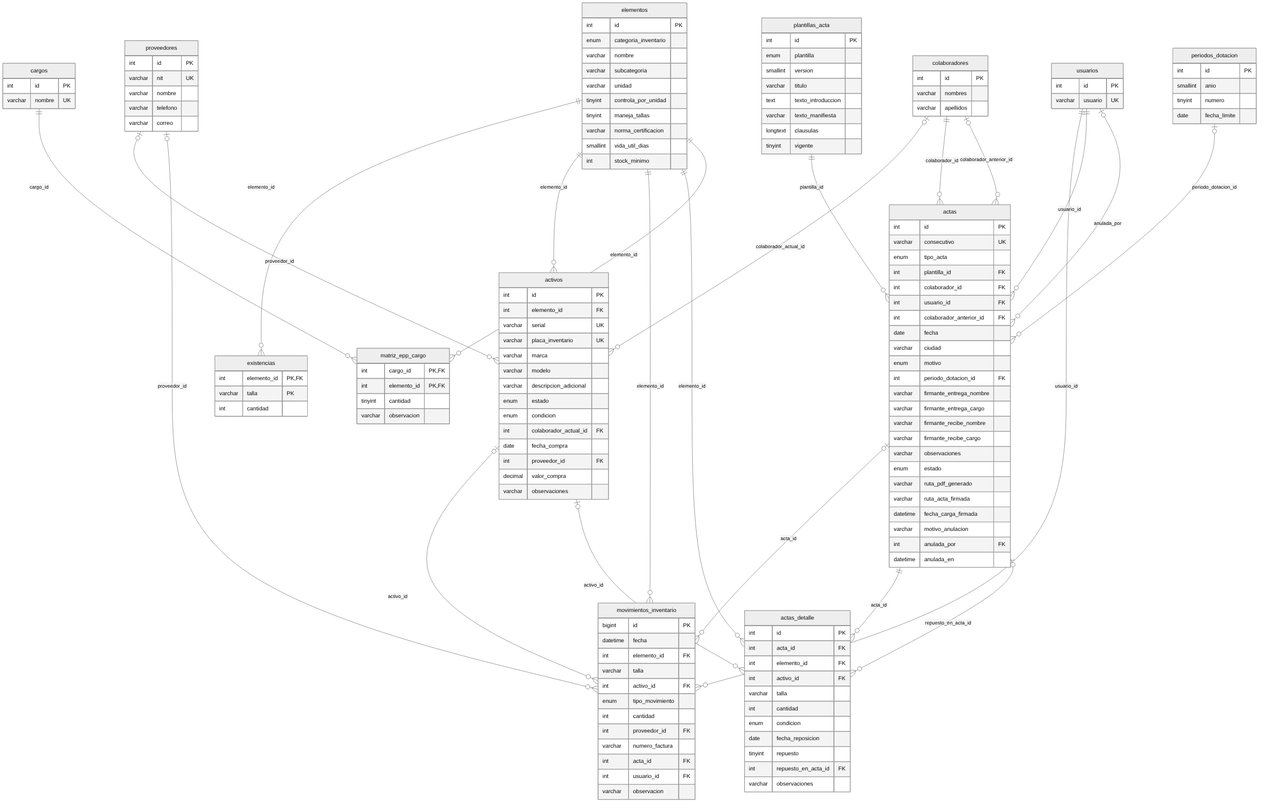
This is docs/diagramas/er_2_inventario_actas.png from angiedramirez15-gif/Sgth, a Mermaid export, as it was before one commit. Its source is kept beside it as docs/diagramas/er_2_inventario_actas.mmd. Its diagram source:
```mermaid
erDiagram
  elementos {
    int id PK
    enum categoria_inventario
    varchar nombre
    varchar subcategoria
    varchar unidad
    tinyint controla_por_unidad
    tinyint maneja_tallas
    varchar norma_certificacion
    smallint vida_util_dias
    int stock_minimo
  }
  existencias {
    int elemento_id PK,FK
    varchar talla PK
    int cantidad
  }
  activos {
    int id PK
    int elemento_id FK
    varchar serial UK
    varchar placa_inventario UK
    varchar marca
    varchar modelo
    varchar descripcion_adicional
    enum estado
    enum condicion
    int colaborador_actual_id FK
    date fecha_compra
    int proveedor_id FK
    decimal valor_compra
    varchar observaciones
  }
  proveedores {
    int id PK
    varchar nit UK
    varchar nombre
    varchar telefono
    varchar correo
  }
  movimientos_inventario {
    bigint id PK
    datetime fecha
    int elemento_id FK
    varchar talla
    int activo_id FK
    enum tipo_movimiento
    int cantidad
    int proveedor_id FK
    varchar numero_factura
    int acta_id FK
    int usuario_id FK
    varchar observacion
  }
  actas {
    int id PK
    varchar consecutivo UK
    enum tipo_acta
    int plantilla_id FK
    int colaborador_id FK
    int usuario_id FK
    int colaborador_anterior_id FK
    date fecha
    varchar ciudad
    enum motivo
    int periodo_dotacion_id FK
    varchar firmante_entrega_nombre
    varchar firmante_entrega_cargo
    varchar firmante_recibe_nombre
    varchar firmante_recibe_cargo
    varchar observaciones
    enum estado
    varchar ruta_pdf_generado
    varchar ruta_acta_firmada
    datetime fecha_carga_firmada
    varchar motivo_anulacion
    int anulada_por FK
    datetime anulada_en
  }
  actas_detalle {
    int id PK
    int acta_id FK
    int elemento_id FK
    int activo_id FK
    varchar talla
    int cantidad
    enum condicion
    date fecha_reposicion
    tinyint repuesto
    int repuesto_en_acta_id FK
    varchar observaciones
  }
  plantillas_acta {
    int id PK
    enum plantilla
    smallint version
    varchar titulo
    text texto_introduccion
    varchar texto_manifiesta
    longtext clausulas
    tinyint vigente
  }
  periodos_dotacion {
    int id PK
    smallint anio
    tinyint numero
    date fecha_limite
  }
  matriz_epp_cargo {
    int cargo_id PK,FK
    int elemento_id PK,FK
    tinyint cantidad
    varchar observacion
  }
  colaboradores {
    int id PK
    varchar nombres
    varchar apellidos
  }
  usuarios {
    int id PK
    varchar usuario UK
  }
  cargos {
    int id PK
    varchar nombre UK
  }
  elementos ||--o{ existencias : "elemento_id"
  elementos ||--o{ activos : "elemento_id"
  colaboradores |o--o{ activos : "colaborador_actual_id"
  proveedores |o--o{ activos : "proveedor_id"
  elementos ||--o{ movimientos_inventario : "elemento_id"
  activos |o--o{ movimientos_inventario : "activo_id"
  proveedores |o--o{ movimientos_inventario : "proveedor_id"
  actas |o--o{ movimientos_inventario : "acta_id"
  usuarios ||--o{ movimientos_inventario : "usuario_id"
  plantillas_acta ||--o{ actas : "plantilla_id"
  colaboradores ||--o{ actas : "colaborador_id"
  usuarios ||--o{ actas : "usuario_id"
  colaboradores |o--o{ actas : "colaborador_anterior_id"
  periodos_dotacion |o--o{ actas : "periodo_dotacion_id"
  usuarios |o--o{ actas : "anulada_por"
  actas ||--o{ actas_detalle : "acta_id"
  elementos ||--o{ actas_detalle : "elemento_id"
  activos |o--o{ actas_detalle : "activo_id"
  actas |o--o{ actas_detalle : "repuesto_en_acta_id"
  cargos ||--o{ matriz_epp_cargo : "cargo_id"
  elementos ||--o{ matriz_epp_cargo : "elemento_id"
```
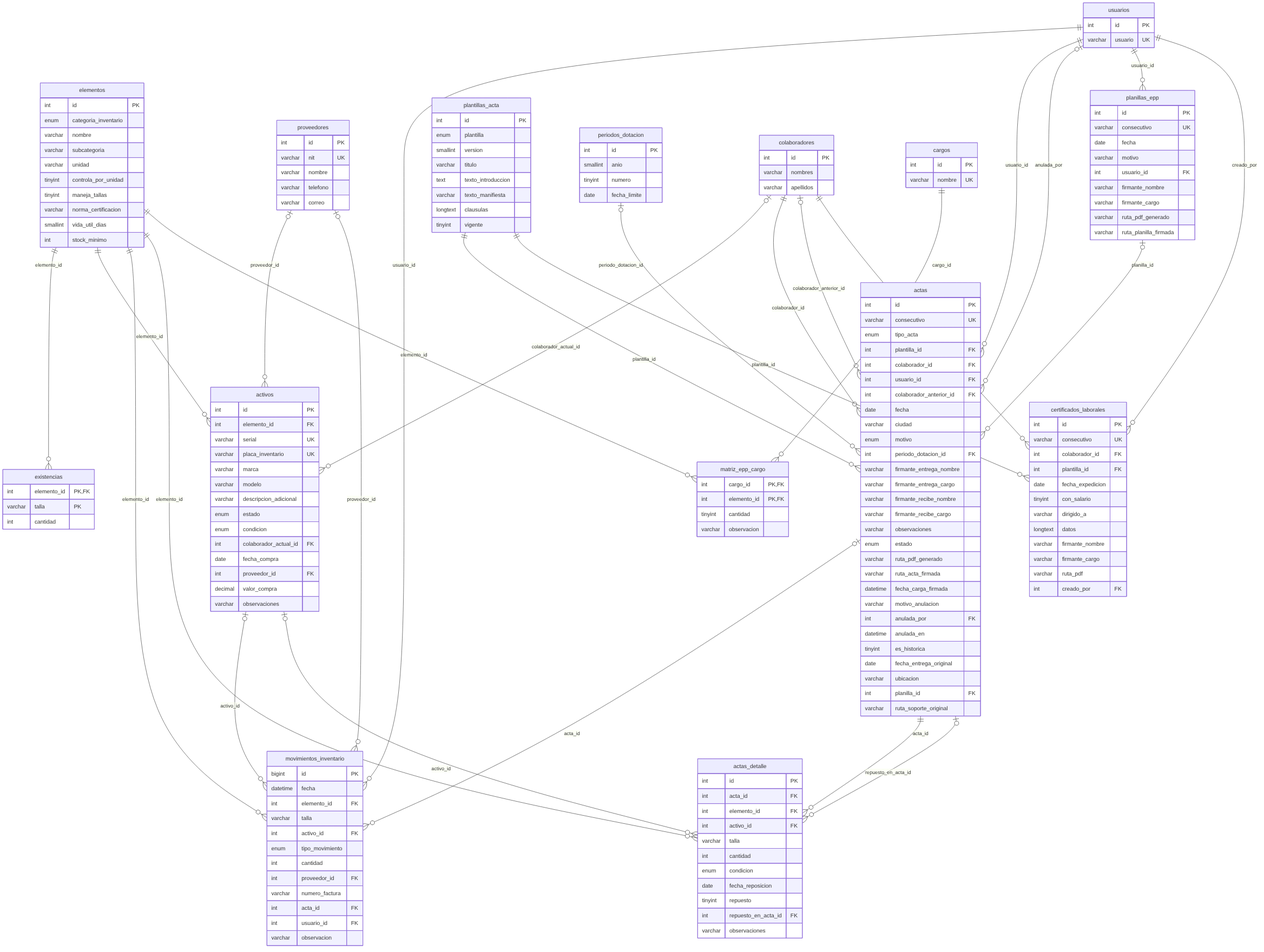
Later version of the same file.

What changed in the source:
```diff
@@ -77,6 +77,36 @@
     varchar motivo_anulacion
     int anulada_por FK
     datetime anulada_en
+    tinyint es_historica
+    date fecha_entrega_original
+    varchar ubicacion
+    int planilla_id FK
+    varchar ruta_soporte_original
+  }
+  planillas_epp {
+    int id PK
+    varchar consecutivo UK
+    date fecha
+    varchar motivo
+    int usuario_id FK
+    varchar firmante_nombre
+    varchar firmante_cargo
+    varchar ruta_pdf_generado
+    varchar ruta_planilla_firmada
+  }
+  certificados_laborales {
+    int id PK
+    varchar consecutivo UK
+    int colaborador_id FK
+    int plantilla_id FK
+    date fecha_expedicion
+    tinyint con_salario
+    varchar dirigido_a
+    longtext datos
+    varchar firmante_nombre
+    varchar firmante_cargo
+    varchar ruta_pdf
+    int creado_por FK
   }
   actas_detalle {
     int id PK
@@ -147,3 +177,8 @@
   actas |o--o{ actas_detalle : "repuesto_en_acta_id"
   cargos ||--o{ matriz_epp_cargo : "cargo_id"
   elementos ||--o{ matriz_epp_cargo : "elemento_id"
+  planillas_epp |o--o{ actas : "planilla_id"
+  usuarios ||--o{ planillas_epp : "usuario_id"
+  colaboradores ||--o{ certificados_laborales : "colaborador_id"
+  plantillas_acta ||--o{ certificados_laborales : "plantilla_id"
+  usuarios ||--o{ certificados_laborales : "creado_por"
```
